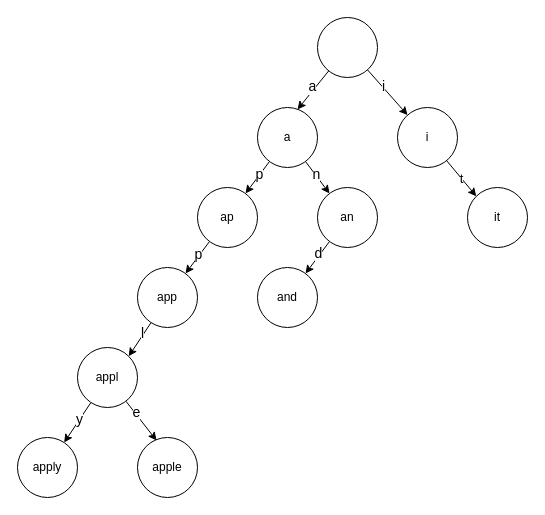
ITDragonBlog/draw.io keeps this draw.io diagram as trie.drawio. Above is the earlier version. Source tidied: cells renumbered, new cells numbered last; positions are measured from the earlier drawing's top-left corner, leaving out a move shared by most shapes. Both pictures are drawn from the tidied source at 100%, with x=0, y=0 at pixel (17, 17).
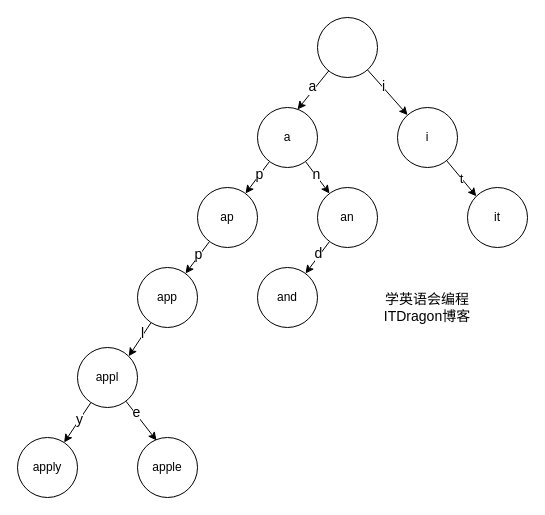
After the change.

The edit, as a diff of the source:
```diff
@@
+    <mxCell id="32" value="学英语会编程&lt;br&gt;ITDragon博客" style="text;html=1;strokeColor=none;fillColor=none;align=center;verticalAlign=middle;whiteSpace=wrap;rounded=0;fontSize=14;" parent="1" vertex="1">
+      <mxGeometry x="360" y="280" width="100" height="20" as="geometry" />
+    </mxCell>
```
